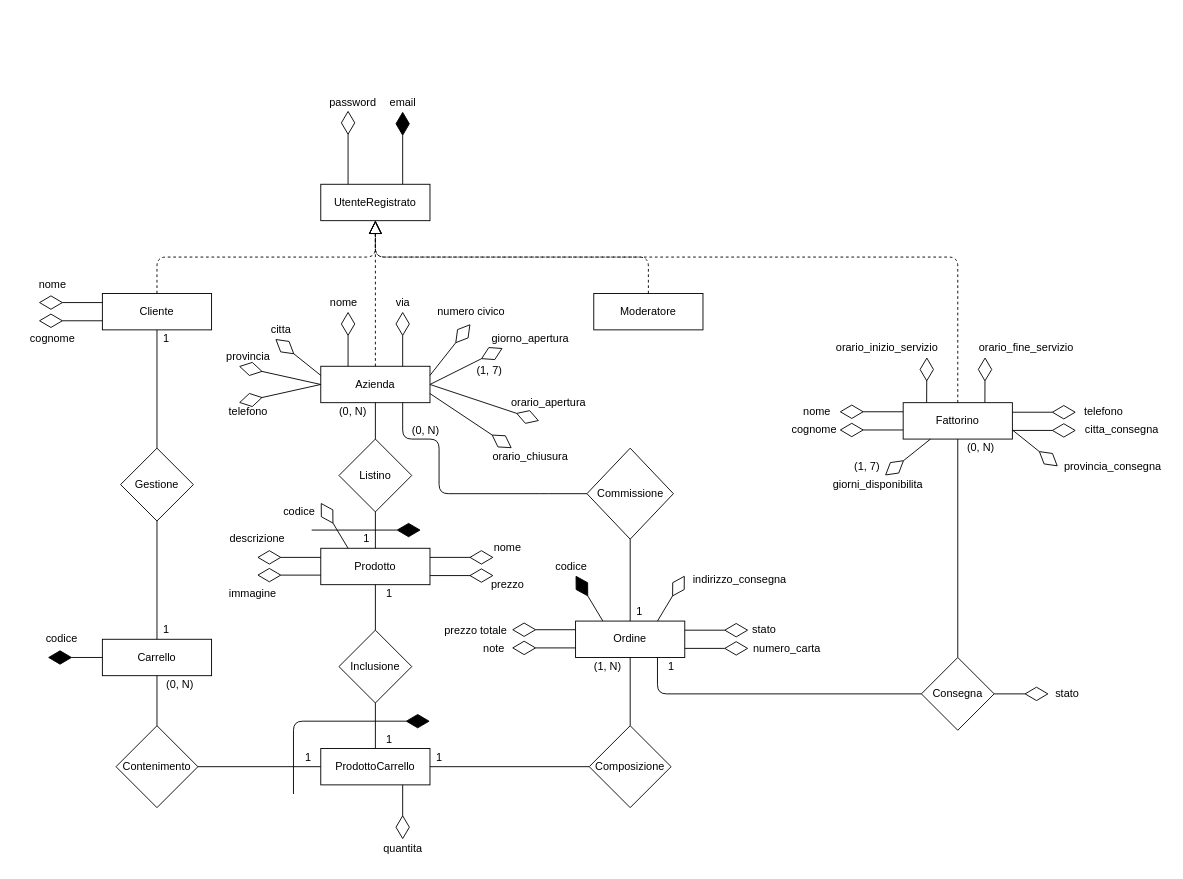
The draw.io diagram Documents/Sys - Drawio/diagramma ER.drawio in frekkanzer2/Eat-Reorder, before the edit. Source tidied: cells renumbered, new cells numbered last; positions are measured from the earlier drawing's top-left corner, leaving out a move shared by most shapes. Both pictures are drawn from the tidied source at 91%, with x=0, y=0 at pixel (25, 93).
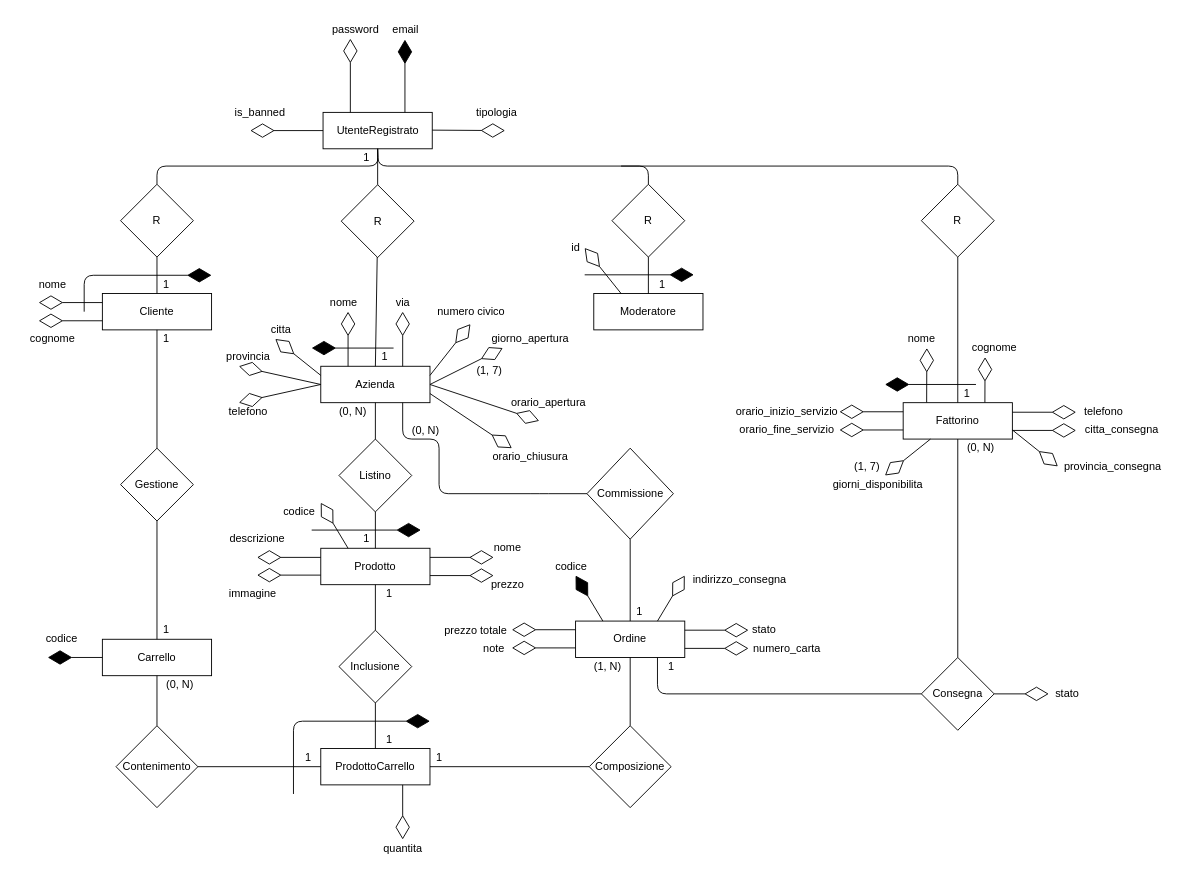
Above is the later version.

The change refers to these unchanged cells:
```xml
<mxCell id="3" value="Cliente" style="rounded=0;whiteSpace=wrap;html=1;" parent="1" vertex="1">
  <mxGeometry x="85" y="220" width="120" height="40" as="geometry" />
</mxCell>
<mxCell id="4" value="Azienda" style="rounded=0;whiteSpace=wrap;html=1;" parent="1" vertex="1">
  <mxGeometry x="325" y="300" width="120" height="40" as="geometry" />
</mxCell>
<mxCell id="5" value="Fattorino" style="rounded=0;whiteSpace=wrap;html=1;" parent="1" vertex="1">
  <mxGeometry x="965" y="340" width="120" height="40" as="geometry" />
</mxCell>
<mxCell id="6" value="Moderatore" style="rounded=0;whiteSpace=wrap;html=1;" parent="1" vertex="1">
  <mxGeometry x="625" y="220" width="120" height="40" as="geometry" />
</mxCell>
```

Change to the diagram source:
```diff
@@
     <mxCell id="2" value="UtenteRegistrato" style="rounded=0;whiteSpace=wrap;html=1;" parent="1" vertex="1">
-      <mxGeometry x="325" y="100" width="120" height="40" as="geometry" />
+      <mxGeometry x="327.5" y="21" width="120" height="40" as="geometry" />
     </mxCell>
@@
     <mxCell id="11" style="endArrow=diamondThin;endFill=0;endSize=24;html=1;exitX=0.25;exitY=0;exitDx=0;exitDy=0;" parent="1" edge="1" source="2">
       <mxGeometry relative="1" as="geometry">
-        <mxPoint x="355" y="19" as="targetPoint" />
+        <mxPoint x="357.5" y="-60" as="targetPoint" />
       </mxGeometry>
     </mxCell>
     <mxCell id="12" style="endArrow=diamondThin;endFill=1;endSize=24;html=1;exitX=0.75;exitY=0;exitDx=0;exitDy=0;" parent="1" edge="1" source="2">
       <mxGeometry relative="1" as="geometry">
-        <mxPoint x="415" y="20" as="targetPoint" />
+        <mxPoint x="417.5" y="-59" as="targetPoint" />
       </mxGeometry>
     </mxCell>
     <mxCell id="13" value="email" style="text;html=1;align=center;verticalAlign=middle;" parent="1" vertex="1">
-      <mxGeometry x="395" width="40" height="20" as="geometry" />
+      <mxGeometry x="397.5" y="-80" width="40" height="20" as="geometry" />
     </mxCell>
     <mxCell id="14" value="password" style="text;html=1;align=center;verticalAlign=middle;" parent="1" vertex="1">
-      <mxGeometry x="325" width="70" height="20" as="geometry" />
+      <mxGeometry x="327.5" y="-80" width="70" height="20" as="geometry" />
     </mxCell>
-    <mxCell id="15" style="endArrow=block;dashed=1;endFill=0;endSize=12;html=1;exitX=0.5;exitY=0;exitDx=0;exitDy=0;entryX=0.5;entryY=1;entryDx=0;entryDy=0;" parent="1" edge="1" source="3" target="2">
-      <mxGeometry relative="1" as="geometry">
-        <Array as="points">
-          <mxPoint x="145" y="180" />
-          <mxPoint x="385" y="180" />
-        </Array>
-      </mxGeometry>
-    </mxCell>
@@
-    <mxCell id="22" style="endArrow=block;dashed=1;endFill=0;endSize=12;html=1;exitX=0.5;exitY=0;exitDx=0;exitDy=0;" parent="1" edge="1" source="4">
-      <mxGeometry relative="1" as="geometry">
-        <mxPoint x="385" y="140" as="targetPoint" />
-      </mxGeometry>
-    </mxCell>
-    <mxCell id="23" style="endArrow=block;dashed=1;endFill=0;endSize=12;html=1;exitX=0.5;exitY=0;exitDx=0;exitDy=0;entryX=0.5;entryY=1;entryDx=0;entryDy=0;" parent="1" edge="1" source="6" target="2">
-      <mxGeometry relative="1" as="geometry">
-        <Array as="points">
-          <mxPoint x="685" y="180" />
-          <mxPoint x="385" y="180" />
-        </Array>
-      </mxGeometry>
-    </mxCell>
@@
-    <mxCell id="99" style="endArrow=block;dashed=1;endFill=0;endSize=12;html=1;exitX=0.5;exitY=0;exitDx=0;exitDy=0;" parent="1" edge="1" source="5">
-      <mxGeometry relative="1" as="geometry">
-        <mxPoint x="385" y="140" as="targetPoint" />
-        <Array as="points">
-          <mxPoint x="1025" y="180" />
-          <mxPoint x="385" y="180" />
-        </Array>
-      </mxGeometry>
-    </mxCell>
@@
     <mxCell id="109" value="nome" style="text;html=1;align=center;verticalAlign=middle;points=[];" parent="1" vertex="1">
-      <mxGeometry x="845" y="340" width="50" height="20" as="geometry" />
+      <mxGeometry x="960" y="260" width="50" height="20" as="geometry" />
     </mxCell>
     <mxCell id="110" value="cognome" style="text;html=1;align=center;verticalAlign=middle;" parent="1" vertex="1">
-      <mxGeometry x="836.5" y="360" width="60" height="20" as="geometry" />
+      <mxGeometry x="1035" y="270" width="60" height="20" as="geometry" />
     </mxCell>
@@
-    <mxCell id="115" style="endArrow=diamondThin;endFill=0;endSize=24;html=1;exitX=0.215;exitY=-0.005;exitDx=0;exitDy=0;exitPerimeter=0;" parent="1" edge="1" source="5">
-      <mxGeometry relative="1" as="geometry">
-        <mxPoint x="991" y="290" as="targetPoint" />
-      </mxGeometry>
+    <mxCell id="115" style="endArrow=diamondThin;endFill=0;endSize=24;html=1;exitX=0.215;exitY=-0.005;exitDx=0;exitDy=0;exitPerimeter=0;entryX=0.62;entryY=1;entryDx=0;entryDy=0;entryPerimeter=0;" parent="1" edge="1" source="5" target="109">
+      <mxGeometry relative="1" as="geometry" />
     </mxCell>
     <mxCell id="116" value="orario_inizio_servizio" style="text;html=1;align=center;verticalAlign=middle;" parent="1" vertex="1">
-      <mxGeometry x="881.5" y="270" width="130" height="20" as="geometry" />
+      <mxGeometry x="771.5" y="340" width="130" height="20" as="geometry" />
     </mxCell>
@@
     <mxCell id="118" value="orario_fine_servizio" style="text;html=1;align=center;verticalAlign=middle;" parent="1" vertex="1">
-      <mxGeometry x="1040" y="270" width="120" height="20" as="geometry" />
+      <mxGeometry x="776.5" y="360" width="120" height="20" as="geometry" />
     </mxCell>
@@
+    <mxCell id="124" style="endArrow=diamondThin;endFill=0;endSize=24;html=1;exitX=0;exitY=0.5;exitDx=0;exitDy=0;" parent="1" edge="1" source="2">
+      <mxGeometry relative="1" as="geometry">
+        <mxPoint x="247.5" y="41" as="targetPoint" />
+      </mxGeometry>
+    </mxCell>
+    <mxCell id="125" value="is_banned" style="text;html=1;align=center;verticalAlign=middle;" parent="1" vertex="1">
+      <mxGeometry x="222.5" y="11" width="70" height="20" as="geometry" />
+    </mxCell>
+    <mxCell id="126" style="endArrow=diamondThin;endFill=0;endSize=24;html=1;exitX=1;exitY=0.25;exitDx=0;exitDy=0;" parent="1" edge="1">
+      <mxGeometry relative="1" as="geometry">
+        <mxPoint x="447.5" y="40.5" as="sourcePoint" />
+        <mxPoint x="527.5" y="41" as="targetPoint" />
+      </mxGeometry>
+    </mxCell>
+    <mxCell id="127" value="tipologia" style="text;html=1;align=center;verticalAlign=middle;" parent="1" vertex="1">
+      <mxGeometry x="487.5" y="11" width="60" height="20" as="geometry" />
+    </mxCell>
+    <mxCell id="128" value="R" style="rhombus;whiteSpace=wrap;html=1;" parent="1" vertex="1">
+      <mxGeometry x="105" y="100" width="80" height="80" as="geometry" />
+    </mxCell>
+    <mxCell id="129" value="R" style="rhombus;whiteSpace=wrap;html=1;" parent="1" vertex="1">
+      <mxGeometry x="347.5" y="100.5" width="80" height="80" as="geometry" />
+    </mxCell>
+    <mxCell id="130" value="R" style="rhombus;whiteSpace=wrap;html=1;" parent="1" vertex="1">
+      <mxGeometry x="645" y="100" width="80" height="80" as="geometry" />
+    </mxCell>
+    <mxCell id="131" value="R" style="rhombus;whiteSpace=wrap;html=1;" parent="1" vertex="1">
+      <mxGeometry x="985" y="100" width="80" height="80" as="geometry" />
+    </mxCell>
+    <mxCell id="132" style="endArrow=none;html=1;entryX=0.5;entryY=1;entryDx=0;entryDy=0;exitX=0.5;exitY=0;exitDx=0;exitDy=0;" parent="1" edge="1" source="128" target="2">
+      <mxGeometry relative="1" as="geometry">
+        <Array as="points">
+          <mxPoint x="145" y="80" />
+          <mxPoint x="388" y="80" />
+        </Array>
+      </mxGeometry>
+    </mxCell>
+    <mxCell id="133" style="endArrow=none;html=1;exitX=0.5;exitY=1;exitDx=0;exitDy=0;entryX=0.5;entryY=0;entryDx=0;entryDy=0;" parent="1" edge="1" source="2" target="130">
+      <mxGeometry relative="1" as="geometry">
+        <Array as="points">
+          <mxPoint x="388" y="80" />
+          <mxPoint x="685" y="80" />
+        </Array>
+      </mxGeometry>
+    </mxCell>
+    <mxCell id="134" style="endArrow=none;html=1;entryX=0.5;entryY=0;entryDx=0;entryDy=0;" parent="1" edge="1" target="131">
+      <mxGeometry relative="1" as="geometry">
+        <mxPoint x="655" y="80" as="sourcePoint" />
+        <Array as="points">
+          <mxPoint x="1025" y="80" />
+        </Array>
+      </mxGeometry>
+    </mxCell>
+    <mxCell id="135" style="endArrow=none;html=1;entryX=0.5;entryY=1;entryDx=0;entryDy=0;exitX=0.5;exitY=0;exitDx=0;exitDy=0;" parent="1" edge="1" source="129" target="2">
+      <mxGeometry relative="1" as="geometry" />
+    </mxCell>
+    <mxCell id="136" style="endArrow=none;html=1;entryX=0.5;entryY=1;entryDx=0;entryDy=0;exitX=0.5;exitY=0;exitDx=0;exitDy=0;" parent="1" edge="1" source="3" target="128">
+      <mxGeometry relative="1" as="geometry" />
+    </mxCell>
+    <mxCell id="137" style="endArrow=none;html=1;entryX=0.5;entryY=1;entryDx=0;entryDy=0;exitX=0.5;exitY=0;exitDx=0;exitDy=0;" parent="1" edge="1" source="4">
+      <mxGeometry relative="1" as="geometry">
+        <mxPoint x="387" y="180" as="targetPoint" />
+      </mxGeometry>
+    </mxCell>
+    <mxCell id="138" style="endArrow=none;html=1;entryX=0.5;entryY=1;entryDx=0;entryDy=0;exitX=0.5;exitY=0;exitDx=0;exitDy=0;" parent="1" edge="1">
+      <mxGeometry relative="1" as="geometry">
+        <mxPoint x="685" y="220" as="sourcePoint" />
+        <mxPoint x="685" y="180" as="targetPoint" />
+      </mxGeometry>
+    </mxCell>
+    <mxCell id="139" style="endArrow=none;html=1;entryX=0.5;entryY=1;entryDx=0;entryDy=0;exitX=0.5;exitY=0;exitDx=0;exitDy=0;" parent="1" edge="1" source="5" target="131">
+      <mxGeometry relative="1" as="geometry" />
+    </mxCell>
+    <mxCell id="140" value="1&lt;br&gt;" style="text;html=1;align=center;verticalAlign=middle;" parent="1" vertex="1">
+      <mxGeometry x="145" y="200" width="20" height="20" as="geometry" />
+    </mxCell>
+    <mxCell id="141" value="1&lt;br&gt;" style="text;html=1;align=center;verticalAlign=middle;" parent="1" vertex="1">
+      <mxGeometry x="365" y="61" width="20" height="20" as="geometry" />
+    </mxCell>
+    <mxCell id="142" value="1&lt;br&gt;" style="text;html=1;align=center;verticalAlign=middle;" parent="1" vertex="1">
+      <mxGeometry x="385" y="280" width="20" height="20" as="geometry" />
+    </mxCell>
+    <mxCell id="143" value="1&lt;br&gt;" style="text;html=1;align=center;verticalAlign=middle;" parent="1" vertex="1">
+      <mxGeometry x="689.5" y="200" width="20" height="20" as="geometry" />
+    </mxCell>
+    <mxCell id="144" value="1&lt;br&gt;" style="text;html=1;align=center;verticalAlign=middle;" parent="1" vertex="1">
+      <mxGeometry x="1025" y="320" width="20" height="20" as="geometry" />
+    </mxCell>
+    <mxCell id="145" style="endArrow=diamondThin;endFill=1;endSize=24;html=1;" parent="1" edge="1">
+      <mxGeometry relative="1" as="geometry">
+        <mxPoint x="65" y="240" as="sourcePoint" />
+        <mxPoint x="205" y="200" as="targetPoint" />
+        <Array as="points">
+          <mxPoint x="65" y="200" />
+        </Array>
+      </mxGeometry>
+    </mxCell>
+    <mxCell id="146" style="endArrow=diamondThin;endFill=1;endSize=24;html=1;" parent="1" edge="1">
+      <mxGeometry relative="1" as="geometry">
+        <mxPoint x="405" y="280" as="sourcePoint" />
+        <mxPoint x="315" y="280" as="targetPoint" />
+      </mxGeometry>
+    </mxCell>
+    <mxCell id="147" style="endArrow=diamondThin;endFill=0;endSize=24;html=1;exitX=0.25;exitY=0;exitDx=0;exitDy=0;" parent="1" edge="1" source="6">
+      <mxGeometry relative="1" as="geometry">
+        <mxPoint x="615" y="170" as="targetPoint" />
+      </mxGeometry>
+    </mxCell>
+    <mxCell id="148" value="id" style="text;html=1;align=center;verticalAlign=middle;" parent="1" vertex="1">
+      <mxGeometry x="595" y="160" width="20" height="20" as="geometry" />
+    </mxCell>
+    <mxCell id="149" style="endArrow=diamondThin;endFill=1;endSize=24;html=1;" parent="1" edge="1">
+      <mxGeometry relative="1" as="geometry">
+        <mxPoint x="615" y="199.5" as="sourcePoint" />
+        <mxPoint x="735" y="199.5" as="targetPoint" />
+      </mxGeometry>
+    </mxCell>
+    <mxCell id="150" style="endArrow=diamondThin;endFill=1;endSize=24;html=1;" parent="1" edge="1">
+      <mxGeometry relative="1" as="geometry">
+        <mxPoint x="1045" y="320" as="sourcePoint" />
+        <mxPoint x="945" y="320" as="targetPoint" />
+      </mxGeometry>
+    </mxCell>
```
